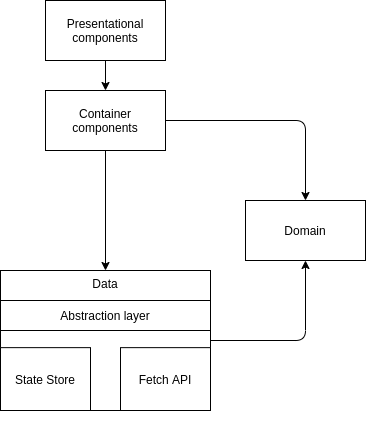
Earlier version of the draw.io export docs/design/img/frontend-blocks.png (inmanta/web-console). Source tidied: cells renumbered, new cells last; positions are measured from the earlier drawing's top-left corner, leaving out a move shared by most shapes. Its diagram source:
```xml
<mxGraphModel>
  <root>
    <mxCell id="0" />
    <mxCell id="1" parent="0" />
    <mxCell id="2" value="Presentational&lt;br&gt;components" style="rounded=0;whiteSpace=wrap;html=1;" parent="1" vertex="1">
      <mxGeometry x="45" width="120" height="60" as="geometry" />
    </mxCell>
    <mxCell id="3" value="Container components" style="rounded=0;whiteSpace=wrap;html=1;" parent="1" vertex="1">
      <mxGeometry x="45" y="90" width="120" height="60" as="geometry" />
    </mxCell>
    <mxCell id="4" value="Domain" style="rounded=0;whiteSpace=wrap;html=1;" parent="1" vertex="1">
      <mxGeometry x="245" y="200" width="120" height="60" as="geometry" />
    </mxCell>
    <mxCell id="5" style="endArrow=classic;html=1;exitX=0.5;exitY=1;exitDx=0;exitDy=0;entryX=0.5;entryY=0;entryDx=0;entryDy=0;" parent="1" edge="1" source="2" target="3">
      <mxGeometry relative="1" as="geometry" />
    </mxCell>
    <mxCell id="6" style="endArrow=classic;html=1;exitX=1;exitY=0.5;exitDx=0;exitDy=0;entryX=0.5;entryY=0;entryDx=0;entryDy=0;" parent="1" edge="1" source="3" target="4">
      <mxGeometry relative="1" as="geometry">
        <Array as="points">
          <mxPoint x="305" y="120" />
        </Array>
      </mxGeometry>
    </mxCell>
    <mxCell id="7" style="endArrow=classic;html=1;exitX=1;exitY=0.5;exitDx=0;exitDy=0;entryX=0.5;entryY=1;entryDx=0;entryDy=0;" parent="1" edge="1" source="9" target="4">
      <mxGeometry relative="1" as="geometry">
        <Array as="points">
          <mxPoint x="305" y="340" />
        </Array>
      </mxGeometry>
    </mxCell>
    <mxCell id="8" style="group;" parent="1" vertex="1">
      <mxGeometry y="270" width="210" height="170" as="geometry" />
    </mxCell>
    <mxCell id="9" value="Data" style="rounded=0;whiteSpace=wrap;html=1;verticalAlign=top;" parent="8" vertex="1">
      <mxGeometry width="210" height="140" as="geometry" />
    </mxCell>
    <mxCell id="10" value="State Store" style="rounded=0;whiteSpace=wrap;html=1;" parent="8" vertex="1">
      <mxGeometry y="77.1" width="90" height="62.9" as="geometry" />
    </mxCell>
    <mxCell id="11" value="Fetch API" style="rounded=0;whiteSpace=wrap;html=1;" parent="8" vertex="1">
      <mxGeometry x="120" y="77.1" width="90" height="62.9" as="geometry" />
    </mxCell>
    <mxCell id="12" value="Abstraction layer" style="rounded=0;whiteSpace=wrap;html=1;" parent="8" vertex="1">
      <mxGeometry y="30" width="210" height="30" as="geometry" />
    </mxCell>
    <mxCell id="13" style="endArrow=classic;html=1;exitX=0.5;exitY=1;exitDx=0;exitDy=0;entryX=0.5;entryY=0;entryDx=0;entryDy=0;" parent="1" edge="1" source="3" target="9">
      <mxGeometry relative="1" as="geometry" />
    </mxCell>
  </root>
</mxGraphModel>
```
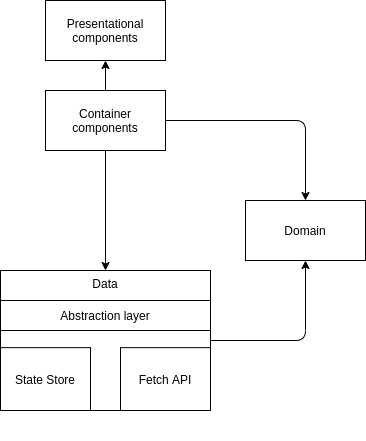
Above is the later version.

The edit, as a diff of the source:
```diff
@@ -11,7 +11,7 @@
     <mxCell id="4" value="Domain" style="rounded=0;whiteSpace=wrap;html=1;" parent="1" vertex="1">
       <mxGeometry x="245" y="200" width="120" height="60" as="geometry" />
     </mxCell>
-    <mxCell id="5" style="endArrow=classic;html=1;exitX=0.5;exitY=1;exitDx=0;exitDy=0;entryX=0.5;entryY=0;entryDx=0;entryDy=0;" parent="1" edge="1" source="2" target="3">
+    <mxCell id="5" style="endArrow=classic;html=1;entryX=0.5;entryY=1;entryDx=0;entryDy=0;exitX=0.5;exitY=0;exitDx=0;exitDy=0;" parent="1" edge="1" source="3" target="2">
       <mxGeometry relative="1" as="geometry" />
     </mxCell>
     <mxCell id="6" style="endArrow=classic;html=1;exitX=1;exitY=0.5;exitDx=0;exitDy=0;entryX=0.5;entryY=0;entryDx=0;entryDy=0;" parent="1" edge="1" source="3" target="4">
```
